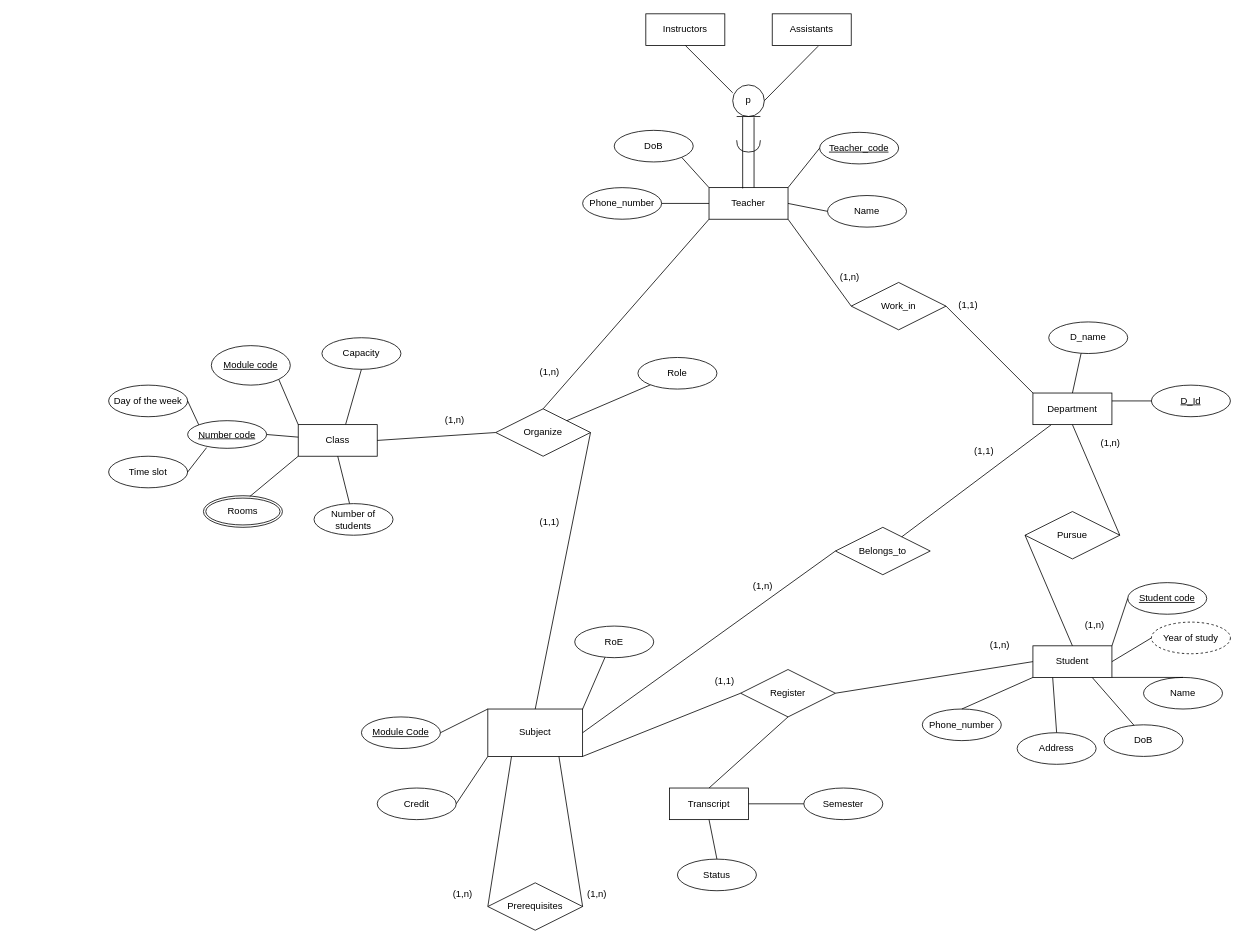
S0ra1n0/Database-learning keeps this draw.io diagram as Finale.drawio. Above is the earlier version. Source tidied: cells renumbered, new cells numbered last; positions are measured from the earlier drawing's top-left corner, leaving out a move shared by most shapes. Both pictures are drawn from the tidied source at 79%, with x=0, y=0 at pixel (108, 13).
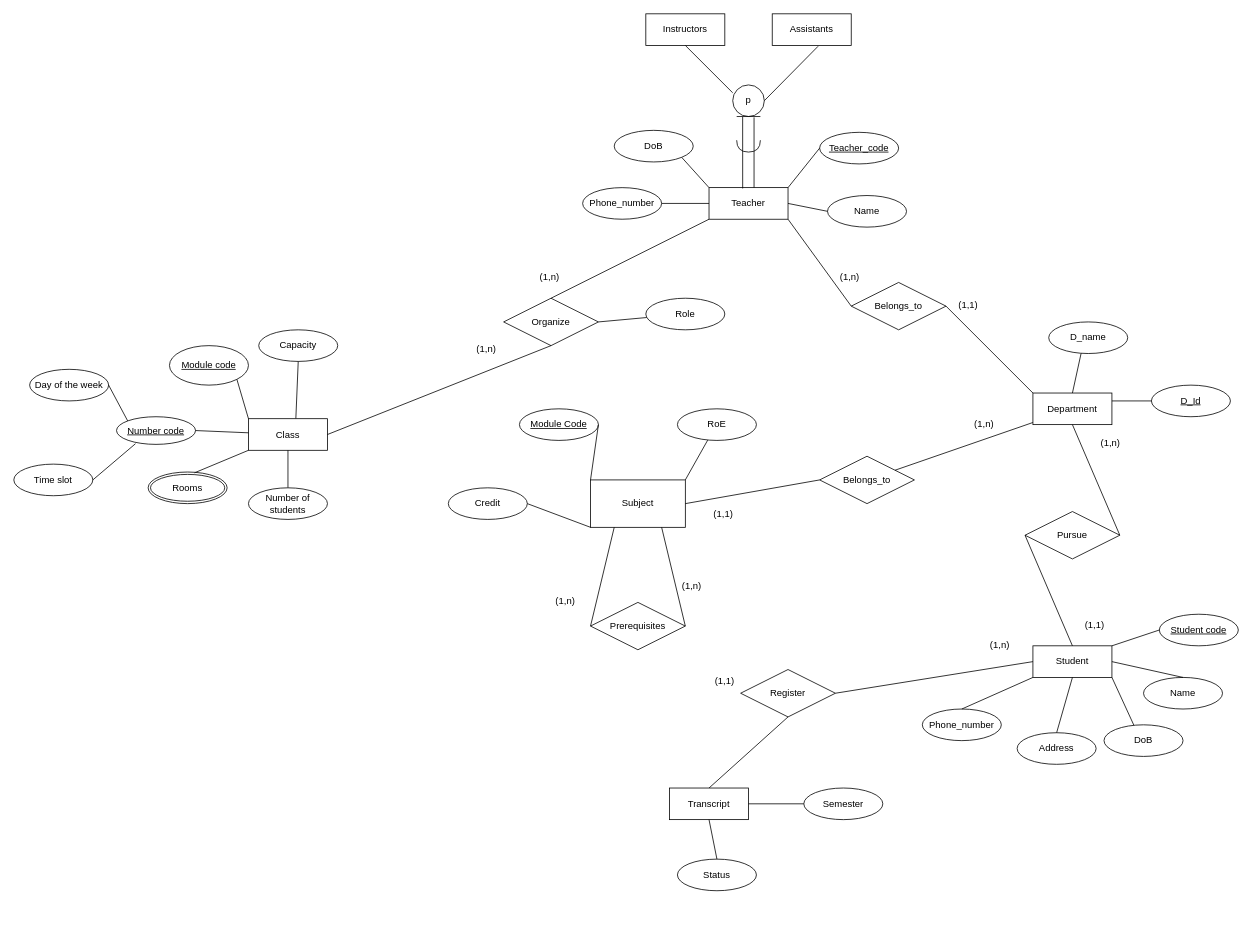
Above is the later version.

Commit message:
Cập nhật Finale.drawio

Unchanged cells that the change refers to:
```xml
<mxCell id="11" value="Student" style="whiteSpace=wrap;html=1;align=center;" parent="1" vertex="1">
  <mxGeometry x="1170" y="800" width="100" height="40" as="geometry" />
</mxCell>
<mxCell id="26" value="Register" style="shape=rhombus;perimeter=rhombusPerimeter;whiteSpace=wrap;html=1;align=center;" parent="1" vertex="1">
  <mxGeometry x="800" y="830" width="120" height="60" as="geometry" />
</mxCell>
<mxCell id="37" value="Name" style="ellipse;whiteSpace=wrap;html=1;align=center;" parent="1" vertex="1">
  <mxGeometry x="1310" y="840" width="100" height="40" as="geometry" />
</mxCell>
<mxCell id="40" value="Address" style="ellipse;whiteSpace=wrap;html=1;align=center;" parent="1" vertex="1">
  <mxGeometry x="1150" y="910" width="100" height="40" as="geometry" />
</mxCell>
<mxCell id="41" value="DoB" style="ellipse;whiteSpace=wrap;html=1;align=center;" parent="1" vertex="1">
  <mxGeometry x="1260" y="900" width="100" height="40" as="geometry" />
</mxCell>
```

Change to the diagram source:
```diff
@@
     <mxCell id="2" value="Subject" style="rounded=0;whiteSpace=wrap;html=1;" parent="1" vertex="1">
-      <mxGeometry x="480" y="880" width="120" height="60" as="geometry" />
+      <mxGeometry x="610" y="590" width="120" height="60" as="geometry" />
     </mxCell>
     <mxCell id="3" value="Module Code" style="ellipse;whiteSpace=wrap;html=1;align=center;fontStyle=4;" parent="1" vertex="1">
-      <mxGeometry x="320" y="890" width="100" height="40" as="geometry" />
+      <mxGeometry x="520" y="500" width="100" height="40" as="geometry" />
     </mxCell>
-    <mxCell id="4" style="endArrow=none;html=1;rounded=0;entryX=0;entryY=0;entryDx=0;entryDy=0;" parent="1" edge="1" target="2">
-      <mxGeometry relative="1" as="geometry">
-        <mxPoint x="420" y="910" as="sourcePoint" />
-      </mxGeometry>
+    <mxCell id="4" style="endArrow=none;html=1;rounded=0;entryX=0;entryY=0;entryDx=0;entryDy=0;exitX=1;exitY=0.5;exitDx=0;exitDy=0;" parent="1" edge="1" source="3" target="2">
+      <mxGeometry relative="1" as="geometry" />
     </mxCell>
     <mxCell id="5" value="Belongs_to" style="shape=rhombus;perimeter=rhombusPerimeter;whiteSpace=wrap;html=1;align=center;" parent="1" vertex="1">
-      <mxGeometry x="920" y="650" width="120" height="60" as="geometry" />
+      <mxGeometry x="900" y="560" width="120" height="60" as="geometry" />
     </mxCell>
@@
     <mxCell id="9" value="(1,1)" style="text;strokeColor=none;fillColor=none;spacingLeft=4;spacingRight=4;overflow=hidden;fontSize=12;whiteSpace=wrap;html=1;" parent="1" vertex="1">
-      <mxGeometry x="1090" y="540" width="40" height="30" as="geometry" />
+      <mxGeometry x="760" y="620" width="40" height="30" as="geometry" />
     </mxCell>
@@
-    <mxCell id="16" value="(1,n)" style="text;strokeColor=none;fillColor=none;spacingLeft=4;spacingRight=4;overflow=hidden;fontSize=12;whiteSpace=wrap;html=1;" parent="1" vertex="1">
+    <mxCell id="16" value="(1,1)" style="text;strokeColor=none;fillColor=none;spacingLeft=4;spacingRight=4;overflow=hidden;fontSize=12;whiteSpace=wrap;html=1;" parent="1" vertex="1">
       <mxGeometry x="1230" y="760" width="40" height="30" as="geometry" />
     </mxCell>
     <mxCell id="17" value="Student code" style="ellipse;whiteSpace=wrap;html=1;align=center;fontStyle=4;" parent="1" vertex="1">
-      <mxGeometry x="1290" y="720" width="100" height="40" as="geometry" />
+      <mxGeometry x="1330" y="760" width="100" height="40" as="geometry" />
     </mxCell>
@@
-    <mxCell id="19" value="Year of study" style="ellipse;whiteSpace=wrap;html=1;align=center;dashed=1;" parent="1" vertex="1">
-      <mxGeometry x="1320" y="770" width="100" height="40" as="geometry" />
-    </mxCell>
-    <mxCell id="20" style="endArrow=none;html=1;rounded=0;entryX=0;entryY=0.5;entryDx=0;entryDy=0;exitX=1;exitY=0.5;exitDx=0;exitDy=0;" parent="1" edge="1" source="11" target="19">
-      <mxGeometry relative="1" as="geometry" />
-    </mxCell>
     <mxCell id="21" value="Credit" style="ellipse;whiteSpace=wrap;html=1;align=center;" parent="1" vertex="1">
-      <mxGeometry x="340" y="980" width="100" height="40" as="geometry" />
+      <mxGeometry x="430" y="600" width="100" height="40" as="geometry" />
     </mxCell>
@@
     <mxCell id="24" value="RoE" style="ellipse;whiteSpace=wrap;html=1;align=center;" parent="1" vertex="1">
-      <mxGeometry x="590" y="775" width="100" height="40" as="geometry" />
+      <mxGeometry x="720" y="500" width="100" height="40" as="geometry" />
     </mxCell>
@@
-    <mxCell id="27" style="endArrow=none;html=1;rounded=0;exitX=1;exitY=1;exitDx=0;exitDy=0;entryX=0;entryY=0.5;entryDx=0;entryDy=0;" parent="1" edge="1" source="2" target="26">
-      <mxGeometry relative="1" as="geometry" />
-    </mxCell>
@@
     <mxCell id="29" value="(1,n)" style="text;strokeColor=none;fillColor=none;spacingLeft=4;spacingRight=4;overflow=hidden;fontSize=12;whiteSpace=wrap;html=1;" parent="1" vertex="1">
-      <mxGeometry x="810" y="710" width="40" height="30" as="geometry" />
+      <mxGeometry x="1090" y="505" width="40" height="35" as="geometry" />
     </mxCell>
@@
-    <mxCell id="38" style="endArrow=none;html=1;rounded=0;entryX=0.5;entryY=0;entryDx=0;entryDy=0;exitX=1;exitY=1;exitDx=0;exitDy=0;" parent="1" edge="1" source="11" target="37">
+    <mxCell id="38" style="endArrow=none;html=1;rounded=0;entryX=0.5;entryY=0;entryDx=0;entryDy=0;exitX=1;exitY=0.5;exitDx=0;exitDy=0;" parent="1" edge="1" source="11" target="37">
       <mxGeometry relative="1" as="geometry" />
     </mxCell>
@@
-    <mxCell id="42" style="endArrow=none;html=1;rounded=0;entryX=0.377;entryY=0.008;entryDx=0;entryDy=0;entryPerimeter=0;exitX=0.75;exitY=1;exitDx=0;exitDy=0;" parent="1" edge="1" source="11" target="41">
+    <mxCell id="42" style="endArrow=none;html=1;rounded=0;entryX=0.377;entryY=0.008;entryDx=0;entryDy=0;entryPerimeter=0;exitX=1;exitY=1;exitDx=0;exitDy=0;" parent="1" edge="1" source="11" target="41">
       <mxGeometry relative="1" as="geometry" />
     </mxCell>
-    <mxCell id="43" style="endArrow=none;html=1;rounded=0;entryX=0.5;entryY=0;entryDx=0;entryDy=0;exitX=0.25;exitY=1;exitDx=0;exitDy=0;" parent="1" edge="1" source="11" target="40">
+    <mxCell id="43" style="endArrow=none;html=1;rounded=0;entryX=0.5;entryY=0;entryDx=0;entryDy=0;exitX=0.5;exitY=1;exitDx=0;exitDy=0;" parent="1" edge="1" source="11" target="40">
       <mxGeometry relative="1" as="geometry" />
     </mxCell>
@@
     <mxCell id="48" value="Class" style="whiteSpace=wrap;html=1;align=center;" parent="1" vertex="1">
-      <mxGeometry x="240" y="520" width="100" height="40" as="geometry" />
+      <mxGeometry x="177" y="512.5" width="100" height="40" as="geometry" />
     </mxCell>
     <mxCell id="49" value="Number code" style="ellipse;whiteSpace=wrap;html=1;align=center;fontStyle=4;" parent="1" vertex="1">
-      <mxGeometry x="100" y="515" width="100" height="35" as="geometry" />
+      <mxGeometry x="10" y="510" width="100" height="35" as="geometry" />
     </mxCell>
     <mxCell id="50" value="Module code" style="ellipse;whiteSpace=wrap;html=1;align=center;fontStyle=4;" parent="1" vertex="1">
-      <mxGeometry x="130" y="420" width="100" height="50" as="geometry" />
+      <mxGeometry x="77" y="420" width="100" height="50" as="geometry" />
     </mxCell>
     <mxCell id="51" value="Day of the week" style="ellipse;whiteSpace=wrap;html=1;align=center;" parent="1" vertex="1">
-      <mxGeometry y="470" width="100" height="40" as="geometry" />
+      <mxGeometry x="-100" y="450" width="100" height="40" as="geometry" />
     </mxCell>
     <mxCell id="52" value="Time slot" style="ellipse;whiteSpace=wrap;html=1;align=center;" parent="1" vertex="1">
-      <mxGeometry y="560" width="100" height="40" as="geometry" />
+      <mxGeometry x="-120" y="570" width="100" height="40" as="geometry" />
     </mxCell>
     <mxCell id="53" value="Rooms" style="ellipse;shape=doubleEllipse;margin=3;whiteSpace=wrap;html=1;align=center;" parent="1" vertex="1">
-      <mxGeometry x="120" y="610" width="100" height="40" as="geometry" />
+      <mxGeometry x="50" y="580" width="100" height="40" as="geometry" />
     </mxCell>
@@
     <mxCell id="60" value="Organize" style="shape=rhombus;perimeter=rhombusPerimeter;whiteSpace=wrap;html=1;align=center;" parent="1" vertex="1">
-      <mxGeometry x="490" y="500" width="120" height="60" as="geometry" />
+      <mxGeometry x="500" y="360" width="120" height="60" as="geometry" />
     </mxCell>
-    <mxCell id="61" style="endArrow=none;html=1;rounded=0;exitX=1;exitY=0.5;exitDx=0;exitDy=0;entryX=0;entryY=0.5;entryDx=0;entryDy=0;" parent="1" edge="1" source="48" target="60">
+    <mxCell id="61" style="endArrow=none;html=1;rounded=0;exitX=1;exitY=0.5;exitDx=0;exitDy=0;entryX=0.5;entryY=1;entryDx=0;entryDy=0;" parent="1" edge="1" source="48" target="60">
       <mxGeometry relative="1" as="geometry" />
     </mxCell>
-    <mxCell id="62" style="endArrow=none;html=1;rounded=0;exitX=1;exitY=0.5;exitDx=0;exitDy=0;entryX=0.5;entryY=0;entryDx=0;entryDy=0;" parent="1" edge="1" source="60" target="2">
-      <mxGeometry relative="1" as="geometry" />
-    </mxCell>
-    <mxCell id="63" value="(1,1)" style="text;strokeColor=none;fillColor=none;spacingLeft=4;spacingRight=4;overflow=hidden;fontSize=12;whiteSpace=wrap;html=1;" parent="1" vertex="1">
-      <mxGeometry x="540" y="630" width="40" height="30" as="geometry" />
-    </mxCell>
     <mxCell id="64" value="(1,n)" style="text;strokeColor=none;fillColor=none;spacingLeft=4;spacingRight=4;overflow=hidden;fontSize=12;whiteSpace=wrap;html=1;" parent="1" vertex="1">
-      <mxGeometry x="420" y="500" width="40" height="30" as="geometry" />
+      <mxGeometry x="460" y="410" width="40" height="30" as="geometry" />
     </mxCell>
     <mxCell id="65" value="Capacity" style="ellipse;whiteSpace=wrap;html=1;align=center;" parent="1" vertex="1">
-      <mxGeometry x="270" y="410" width="100" height="40" as="geometry" />
+      <mxGeometry x="190" y="400" width="100" height="40" as="geometry" />
     </mxCell>
     <mxCell id="66" value="Number of students" style="ellipse;whiteSpace=wrap;html=1;align=center;" parent="1" vertex="1">
-      <mxGeometry x="260" y="620" width="100" height="40" as="geometry" />
+      <mxGeometry x="177" y="600" width="100" height="40" as="geometry" />
     </mxCell>
@@
     <mxCell id="68" value="Prerequisites" style="shape=rhombus;perimeter=rhombusPerimeter;whiteSpace=wrap;html=1;align=center;" parent="1" vertex="1">
-      <mxGeometry x="480" y="1100" width="120" height="60" as="geometry" />
+      <mxGeometry x="610" y="745" width="120" height="60" as="geometry" />
     </mxCell>
@@
     <mxCell id="70" value="(1,n)" style="text;strokeColor=none;fillColor=none;spacingLeft=4;spacingRight=4;overflow=hidden;fontSize=12;whiteSpace=wrap;html=1;" parent="1" vertex="1">
-      <mxGeometry x="600" y="1100" width="40" height="30" as="geometry" />
+      <mxGeometry x="720" y="710" width="40" height="30" as="geometry" />
     </mxCell>
     <mxCell id="71" value="(1,n)" style="text;strokeColor=none;fillColor=none;spacingLeft=4;spacingRight=4;overflow=hidden;fontSize=12;whiteSpace=wrap;html=1;" parent="1" vertex="1">
-      <mxGeometry x="430" y="1100" width="40" height="30" as="geometry" />
+      <mxGeometry x="560" y="730" width="40" height="30" as="geometry" />
     </mxCell>
@@
-    <mxCell id="84" value="Work_in" style="shape=rhombus;perimeter=rhombusPerimeter;whiteSpace=wrap;html=1;align=center;" parent="1" vertex="1">
+    <mxCell id="84" value="Belongs_to" style="shape=rhombus;perimeter=rhombusPerimeter;whiteSpace=wrap;html=1;align=center;" parent="1" vertex="1">
       <mxGeometry x="940" y="340" width="120" height="60" as="geometry" />
     </mxCell>
@@
     <mxCell id="89" value="(1,n)" style="text;strokeColor=none;fillColor=none;spacingLeft=4;spacingRight=4;overflow=hidden;fontSize=12;whiteSpace=wrap;html=1;" parent="1" vertex="1">
-      <mxGeometry x="540" y="440" width="40" height="30" as="geometry" />
+      <mxGeometry x="540" y="320" width="40" height="30" as="geometry" />
     </mxCell>
-    <mxCell id="90" style="endArrow=none;html=1;rounded=0;exitX=1;exitY=0;exitDx=0;exitDy=0;" parent="1" edge="1" source="60" target="91">
+    <mxCell id="90" style="endArrow=none;html=1;rounded=0;exitX=1;exitY=0.5;exitDx=0;exitDy=0;" parent="1" edge="1" source="60" target="91">
       <mxGeometry relative="1" as="geometry" />
     </mxCell>
     <mxCell id="91" value="Role" style="ellipse;whiteSpace=wrap;html=1;align=center;" parent="1" vertex="1">
-      <mxGeometry x="670" y="435" width="100" height="40" as="geometry" />
+      <mxGeometry x="680" y="360" width="100" height="40" as="geometry" />
     </mxCell>
```
